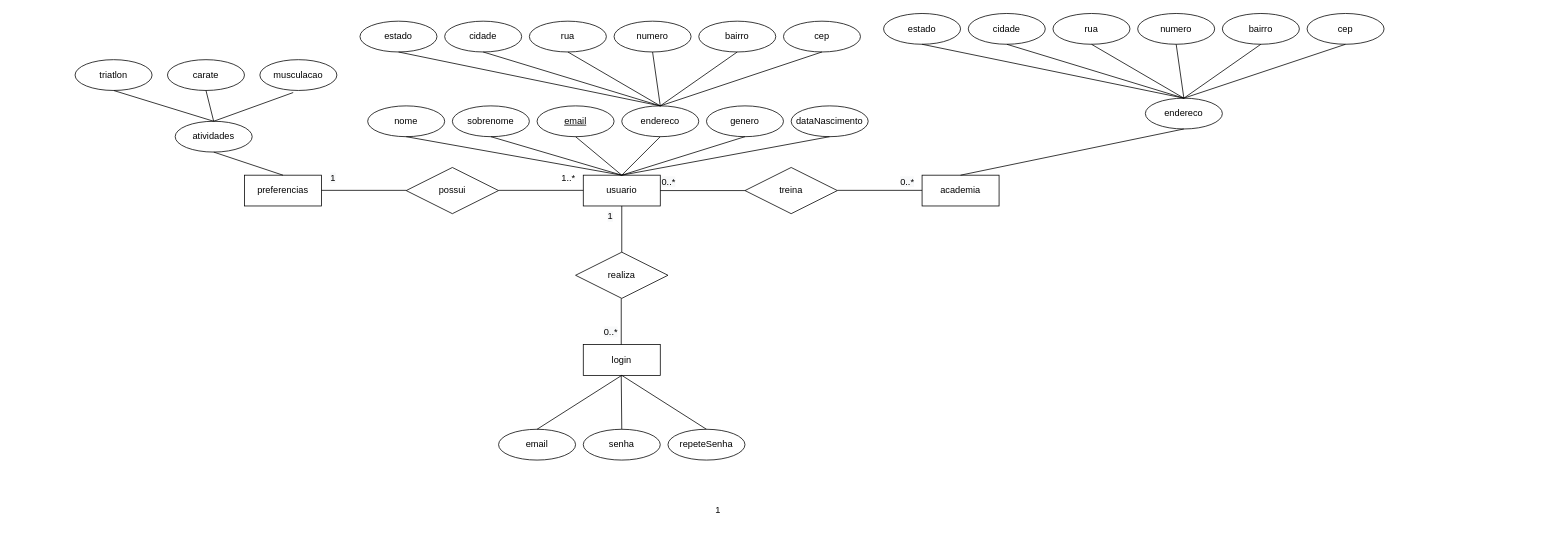
This is src/Diagrama_de_Entidade_Relacionamento.drawio from ICEI-PUC-Minas-PMV-ADS/pmv-ads-2022-2-e2-proj-int-t4-pmv-ads-2022-2-e2-proj-int-t4-academia, a draw.io file, before an edit. Source tidied: cells renumbered, new cells numbered last; positions are measured from the earlier drawing's top-left corner, leaving out a move shared by most shapes. Both pictures are drawn from the tidied source at 77%, with x=0, y=0 at pixel (75, 13).
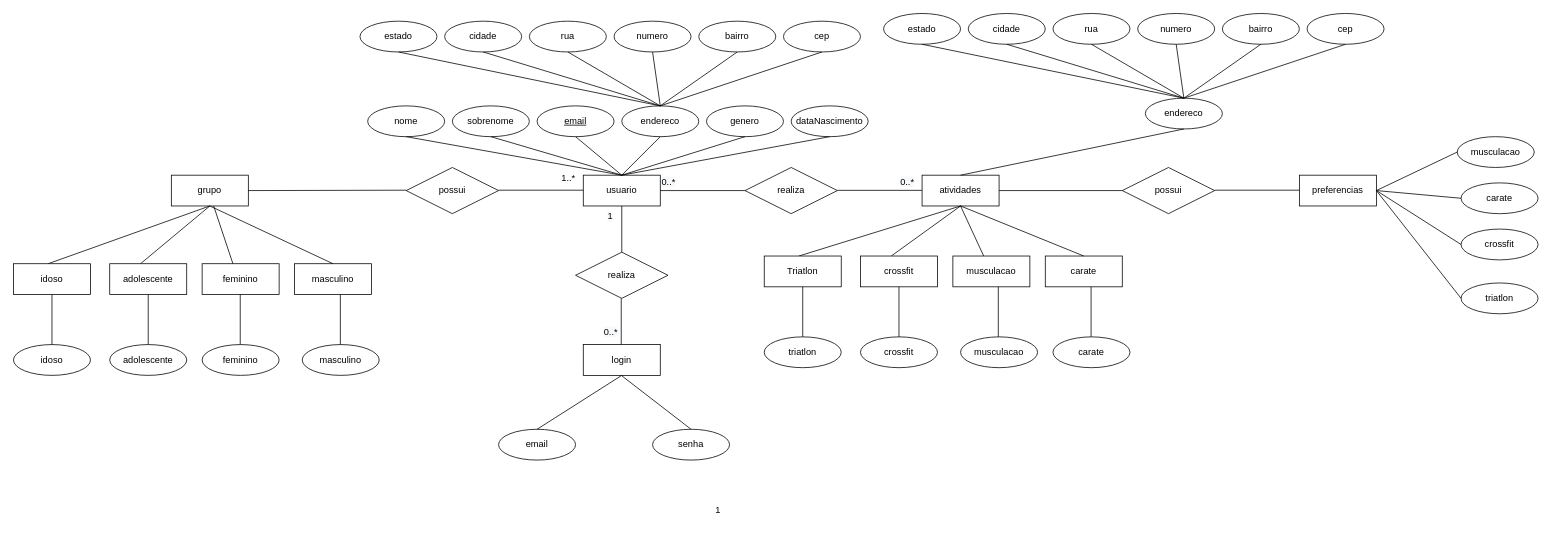
After the change.

The edit, as a diff of the source:
```diff
@@
-    <mxCell id="8" value="academia" style="whiteSpace=wrap;html=1;align=center;" parent="1" vertex="1">
+    <mxCell id="8" value="atividades" style="whiteSpace=wrap;html=1;align=center;" parent="1" vertex="1">
       <mxGeometry x="1100" y="210" width="100" height="40" as="geometry" />
     </mxCell>
@@
-    <mxCell id="29" value="treina" style="shape=rhombus;perimeter=rhombusPerimeter;whiteSpace=wrap;html=1;align=center;" parent="1" vertex="1">
+    <mxCell id="29" value="realiza" style="shape=rhombus;perimeter=rhombusPerimeter;whiteSpace=wrap;html=1;align=center;" parent="1" vertex="1">
       <mxGeometry x="870" y="200" width="120" height="60" as="geometry" />
     </mxCell>
@@
     <mxCell id="49" value="possui" style="shape=rhombus;perimeter=rhombusPerimeter;whiteSpace=wrap;html=1;align=center;" parent="1" vertex="1">
-      <mxGeometry x="430" y="200" width="120" height="60" as="geometry" />
+      <mxGeometry x="1360" y="200" width="120" height="60" as="geometry" />
     </mxCell>
-    <mxCell id="50" style="endArrow=none;html=1;rounded=0;exitX=1;exitY=0.5;exitDx=0;exitDy=0;entryX=0;entryY=0.5;entryDx=0;entryDy=0;" parent="1" edge="1">
-      <mxGeometry relative="1" as="geometry">
-        <mxPoint x="550" y="229.7" as="sourcePoint" />
-        <mxPoint x="660" y="229.7" as="targetPoint" />
-      </mxGeometry>
-    </mxCell>
     <mxCell id="51" value="preferencias" style="whiteSpace=wrap;html=1;align=center;" parent="1" vertex="1">
-      <mxGeometry x="220" y="210" width="100" height="40" as="geometry" />
+      <mxGeometry x="1590" y="210" width="100" height="40" as="geometry" />
     </mxCell>
     <mxCell id="52" style="endArrow=none;html=1;rounded=0;exitX=1;exitY=0.5;exitDx=0;exitDy=0;entryX=0;entryY=0.5;entryDx=0;entryDy=0;" parent="1" edge="1">
       <mxGeometry relative="1" as="geometry">
-        <mxPoint x="320" y="229.7" as="sourcePoint" />
-        <mxPoint x="430" y="229.7" as="targetPoint" />
+        <mxPoint x="1480" y="229.5" as="sourcePoint" />
+        <mxPoint x="1590" y="229.5" as="targetPoint" />
       </mxGeometry>
     </mxCell>
-    <mxCell id="53" value="musculacao" style="ellipse;whiteSpace=wrap;html=1;align=center;" parent="1" vertex="1">
-      <mxGeometry x="240" y="60" width="100" height="40" as="geometry" />
-    </mxCell>
-    <mxCell id="54" value="carate" style="ellipse;whiteSpace=wrap;html=1;align=center;" parent="1" vertex="1">
-      <mxGeometry x="120" y="60" width="100" height="40" as="geometry" />
-    </mxCell>
@@
-    <mxCell id="56" value="&lt;span style=&quot;color: rgb(0, 0, 0); font-family: Helvetica; font-size: 12px; font-style: normal; font-variant-ligatures: normal; font-variant-caps: normal; font-weight: 400; letter-spacing: normal; orphans: 2; text-align: left; text-indent: 0px; text-transform: none; widows: 2; word-spacing: 0px; -webkit-text-stroke-width: 0px; background-color: rgb(248, 249, 250); text-decoration-thickness: initial; text-decoration-style: initial; text-decoration-color: initial; float: none; display: inline !important;&quot;&gt;1&lt;/span&gt;" style="text;whiteSpace=wrap;html=1;" parent="1" vertex="1">
-      <mxGeometry x="330" y="200" width="40" height="40" as="geometry" />
-    </mxCell>
@@
-    <mxCell id="58" value="atividades" style="ellipse;whiteSpace=wrap;html=1;align=center;" parent="1" vertex="1">
-      <mxGeometry x="130" y="140" width="100" height="40" as="geometry" />
-    </mxCell>
-    <mxCell id="59" value="triatlon" style="ellipse;whiteSpace=wrap;html=1;align=center;" parent="1" vertex="1">
-      <mxGeometry y="60" width="100" height="40" as="geometry" />
-    </mxCell>
-    <mxCell id="60" style="endArrow=none;html=1;rounded=0;entryX=0.5;entryY=1;entryDx=0;entryDy=0;exitX=0.5;exitY=0;exitDx=0;exitDy=0;" parent="1" edge="1" source="51" target="58">
-      <mxGeometry relative="1" as="geometry" />
-    </mxCell>
-    <mxCell id="61" style="endArrow=none;html=1;rounded=0;entryX=0.433;entryY=1.067;entryDx=0;entryDy=0;entryPerimeter=0;exitX=0.5;exitY=0;exitDx=0;exitDy=0;" parent="1" edge="1" source="58" target="53">
-      <mxGeometry relative="1" as="geometry" />
+    <mxCell id="61" style="endArrow=none;html=1;rounded=0;exitX=0.5;exitY=0;exitDx=0;exitDy=0;" parent="1" edge="1">
+      <mxGeometry relative="1" as="geometry">
+        <mxPoint x="1180" y="315" as="sourcePoint" />
+        <mxPoint x="1150" y="250" as="targetPoint" />
+      </mxGeometry>
     </mxCell>
-    <mxCell id="62" style="endArrow=none;html=1;rounded=0;entryX=0.5;entryY=1;entryDx=0;entryDy=0;" parent="1" edge="1" target="54">
+    <mxCell id="62" style="endArrow=none;html=1;rounded=0;entryX=0.5;entryY=1;entryDx=0;entryDy=0;exitX=0.5;exitY=0;exitDx=0;exitDy=0;" parent="1" edge="1" target="8">
       <mxGeometry relative="1" as="geometry">
-        <mxPoint x="180" y="140" as="sourcePoint" />
+        <mxPoint x="1060" y="315" as="sourcePoint" />
       </mxGeometry>
     </mxCell>
-    <mxCell id="63" style="endArrow=none;html=1;rounded=0;entryX=0.5;entryY=1;entryDx=0;entryDy=0;" parent="1" edge="1" target="59">
+    <mxCell id="63" style="endArrow=none;html=1;rounded=0;entryX=0.5;entryY=0;entryDx=0;entryDy=0;exitX=0.5;exitY=1;exitDx=0;exitDy=0;" parent="1" edge="1" source="8">
       <mxGeometry relative="1" as="geometry">
-        <mxPoint x="180" y="140" as="sourcePoint" />
+        <mxPoint x="940" y="315" as="targetPoint" />
       </mxGeometry>
     </mxCell>
@@
-    <mxCell id="65" value="repeteSenha" style="ellipse;whiteSpace=wrap;html=1;align=center;" parent="1" vertex="1">
-      <mxGeometry x="770" y="540" width="100" height="40" as="geometry" />
-    </mxCell>
     <mxCell id="66" value="senha" style="ellipse;whiteSpace=wrap;html=1;align=center;" parent="1" vertex="1">
-      <mxGeometry x="660" y="540" width="100" height="40" as="geometry" />
+      <mxGeometry x="750" y="540" width="100" height="40" as="geometry" />
     </mxCell>
@@
-    <mxCell id="68" style="endArrow=none;html=1;rounded=0;exitX=0.5;exitY=0;exitDx=0;exitDy=0;" parent="1" edge="1" source="65">
-      <mxGeometry relative="1" as="geometry">
-        <mxPoint x="710" y="470" as="targetPoint" />
-      </mxGeometry>
-    </mxCell>
@@
+    <mxCell id="74" style="endArrow=none;html=1;rounded=0;exitX=1;exitY=0.5;exitDx=0;exitDy=0;entryX=0;entryY=0.5;entryDx=0;entryDy=0;" parent="1" edge="1" source="8" target="49">
+      <mxGeometry relative="1" as="geometry" />
+    </mxCell>
+    <mxCell id="75" value="Triatlon" style="whiteSpace=wrap;html=1;align=center;" parent="1" vertex="1">
+      <mxGeometry x="895" y="315" width="100" height="40" as="geometry" />
+    </mxCell>
+    <mxCell id="76" value="crossfit" style="whiteSpace=wrap;html=1;align=center;" parent="1" vertex="1">
+      <mxGeometry x="1020" y="315" width="100" height="40" as="geometry" />
+    </mxCell>
+    <mxCell id="77" value="musculacao" style="whiteSpace=wrap;html=1;align=center;" parent="1" vertex="1">
+      <mxGeometry x="1140" y="315" width="100" height="40" as="geometry" />
+    </mxCell>
+    <mxCell id="78" value="triatlon" style="ellipse;whiteSpace=wrap;html=1;align=center;" parent="1" vertex="1">
+      <mxGeometry x="895" y="420" width="100" height="40" as="geometry" />
+    </mxCell>
+    <mxCell id="79" value="crossfit" style="ellipse;whiteSpace=wrap;html=1;align=center;" parent="1" vertex="1">
+      <mxGeometry x="1020" y="420" width="100" height="40" as="geometry" />
+    </mxCell>
+    <mxCell id="80" value="musculacao" style="ellipse;whiteSpace=wrap;html=1;align=center;" parent="1" vertex="1">
+      <mxGeometry x="1150" y="420" width="100" height="40" as="geometry" />
+    </mxCell>
+    <mxCell id="81" style="endArrow=none;html=1;rounded=0;entryX=0.5;entryY=0;entryDx=0;entryDy=0;exitX=0.5;exitY=1;exitDx=0;exitDy=0;" parent="1" edge="1" source="75" target="78">
+      <mxGeometry relative="1" as="geometry" />
+    </mxCell>
+    <mxCell id="82" value="carate" style="whiteSpace=wrap;html=1;align=center;" parent="1" vertex="1">
+      <mxGeometry x="1260" y="315" width="100" height="40" as="geometry" />
+    </mxCell>
+    <mxCell id="83" style="endArrow=none;html=1;rounded=0;exitX=0.5;exitY=0;exitDx=0;exitDy=0;entryX=0.5;entryY=1;entryDx=0;entryDy=0;" parent="1" edge="1" source="82" target="8">
+      <mxGeometry relative="1" as="geometry" />
+    </mxCell>
+    <mxCell id="84" value="carate" style="ellipse;whiteSpace=wrap;html=1;align=center;" parent="1" vertex="1">
+      <mxGeometry x="1270" y="420" width="100" height="40" as="geometry" />
+    </mxCell>
+    <mxCell id="85" style="endArrow=none;html=1;rounded=0;entryX=0.5;entryY=0;entryDx=0;entryDy=0;exitX=0.5;exitY=1;exitDx=0;exitDy=0;" parent="1" edge="1">
+      <mxGeometry relative="1" as="geometry">
+        <mxPoint x="1070" y="355" as="sourcePoint" />
+        <mxPoint x="1070" y="420" as="targetPoint" />
+      </mxGeometry>
+    </mxCell>
+    <mxCell id="86" style="endArrow=none;html=1;rounded=0;entryX=0.5;entryY=0;entryDx=0;entryDy=0;exitX=0.5;exitY=1;exitDx=0;exitDy=0;" parent="1" edge="1">
+      <mxGeometry relative="1" as="geometry">
+        <mxPoint x="1199" y="355" as="sourcePoint" />
+        <mxPoint x="1199" y="420" as="targetPoint" />
+      </mxGeometry>
+    </mxCell>
+    <mxCell id="87" style="endArrow=none;html=1;rounded=0;entryX=0.5;entryY=0;entryDx=0;entryDy=0;exitX=0.5;exitY=1;exitDx=0;exitDy=0;" parent="1" edge="1">
+      <mxGeometry relative="1" as="geometry">
+        <mxPoint x="1319.5" y="355" as="sourcePoint" />
+        <mxPoint x="1319.5" y="420" as="targetPoint" />
+      </mxGeometry>
+    </mxCell>
+    <mxCell id="88" value="possui" style="shape=rhombus;perimeter=rhombusPerimeter;whiteSpace=wrap;html=1;align=center;" parent="1" vertex="1">
+      <mxGeometry x="430" y="200" width="120" height="60" as="geometry" />
+    </mxCell>
+    <mxCell id="89" style="endArrow=none;html=1;rounded=0;exitX=1;exitY=0.5;exitDx=0;exitDy=0;entryX=0;entryY=0.5;entryDx=0;entryDy=0;" parent="1" edge="1">
+      <mxGeometry relative="1" as="geometry">
+        <mxPoint x="550" y="229.5" as="sourcePoint" />
+        <mxPoint x="660" y="229.5" as="targetPoint" />
+      </mxGeometry>
+    </mxCell>
+    <mxCell id="90" value="grupo" style="whiteSpace=wrap;html=1;align=center;" parent="1" vertex="1">
+      <mxGeometry x="125" y="210" width="100" height="40" as="geometry" />
+    </mxCell>
+    <mxCell id="91" style="endArrow=none;html=1;rounded=0;exitX=0.5;exitY=0;exitDx=0;exitDy=0;" parent="1" edge="1">
+      <mxGeometry relative="1" as="geometry">
+        <mxPoint x="205" y="325" as="sourcePoint" />
+        <mxPoint x="180" y="250" as="targetPoint" />
+      </mxGeometry>
+    </mxCell>
+    <mxCell id="92" style="endArrow=none;html=1;rounded=0;entryX=0.5;entryY=1;entryDx=0;entryDy=0;exitX=0.5;exitY=0;exitDx=0;exitDy=0;" parent="1" edge="1" target="90">
+      <mxGeometry relative="1" as="geometry">
+        <mxPoint x="85" y="325" as="sourcePoint" />
+      </mxGeometry>
+    </mxCell>
+    <mxCell id="93" style="endArrow=none;html=1;rounded=0;entryX=0.5;entryY=0;entryDx=0;entryDy=0;exitX=0.5;exitY=1;exitDx=0;exitDy=0;" parent="1" edge="1" source="90">
+      <mxGeometry relative="1" as="geometry">
+        <mxPoint x="-35" y="325" as="targetPoint" />
+      </mxGeometry>
+    </mxCell>
+    <mxCell id="94" value="idoso" style="whiteSpace=wrap;html=1;align=center;" parent="1" vertex="1">
+      <mxGeometry x="-80" y="325" width="100" height="40" as="geometry" />
+    </mxCell>
+    <mxCell id="95" value="adolescente" style="whiteSpace=wrap;html=1;align=center;" parent="1" vertex="1">
+      <mxGeometry x="45" y="325" width="100" height="40" as="geometry" />
+    </mxCell>
+    <mxCell id="96" value="feminino" style="whiteSpace=wrap;html=1;align=center;" parent="1" vertex="1">
+      <mxGeometry x="165" y="325" width="100" height="40" as="geometry" />
+    </mxCell>
+    <mxCell id="97" value="idoso" style="ellipse;whiteSpace=wrap;html=1;align=center;" parent="1" vertex="1">
+      <mxGeometry x="-80" y="430" width="100" height="40" as="geometry" />
+    </mxCell>
+    <mxCell id="98" value="adolescente" style="ellipse;whiteSpace=wrap;html=1;align=center;" parent="1" vertex="1">
+      <mxGeometry x="45" y="430" width="100" height="40" as="geometry" />
+    </mxCell>
+    <mxCell id="99" value="feminino" style="ellipse;whiteSpace=wrap;html=1;align=center;" parent="1" vertex="1">
+      <mxGeometry x="165" y="430" width="100" height="40" as="geometry" />
+    </mxCell>
+    <mxCell id="100" style="endArrow=none;html=1;rounded=0;entryX=0.5;entryY=0;entryDx=0;entryDy=0;exitX=0.5;exitY=1;exitDx=0;exitDy=0;" parent="1" edge="1" source="94" target="97">
+      <mxGeometry relative="1" as="geometry" />
+    </mxCell>
+    <mxCell id="101" value="masculino" style="whiteSpace=wrap;html=1;align=center;" parent="1" vertex="1">
+      <mxGeometry x="285" y="325" width="100" height="40" as="geometry" />
+    </mxCell>
+    <mxCell id="102" style="endArrow=none;html=1;rounded=0;exitX=0.5;exitY=0;exitDx=0;exitDy=0;entryX=0.5;entryY=1;entryDx=0;entryDy=0;" parent="1" edge="1" source="101" target="90">
+      <mxGeometry relative="1" as="geometry" />
+    </mxCell>
+    <mxCell id="103" value="masculino" style="ellipse;whiteSpace=wrap;html=1;align=center;" parent="1" vertex="1">
+      <mxGeometry x="295" y="430" width="100" height="40" as="geometry" />
+    </mxCell>
+    <mxCell id="104" style="endArrow=none;html=1;rounded=0;entryX=0.5;entryY=0;entryDx=0;entryDy=0;exitX=0.5;exitY=1;exitDx=0;exitDy=0;" parent="1" edge="1">
+      <mxGeometry relative="1" as="geometry">
+        <mxPoint x="95" y="365" as="sourcePoint" />
+        <mxPoint x="95" y="430" as="targetPoint" />
+      </mxGeometry>
+    </mxCell>
+    <mxCell id="105" style="endArrow=none;html=1;rounded=0;entryX=0.5;entryY=0;entryDx=0;entryDy=0;exitX=0.5;exitY=1;exitDx=0;exitDy=0;" parent="1" edge="1">
+      <mxGeometry relative="1" as="geometry">
+        <mxPoint x="214.5" y="365" as="sourcePoint" />
+        <mxPoint x="214.5" y="430" as="targetPoint" />
+      </mxGeometry>
+    </mxCell>
+    <mxCell id="106" style="endArrow=none;html=1;rounded=0;entryX=0.5;entryY=0;entryDx=0;entryDy=0;exitX=0.5;exitY=1;exitDx=0;exitDy=0;" parent="1" edge="1">
+      <mxGeometry relative="1" as="geometry">
+        <mxPoint x="344.5" y="365" as="sourcePoint" />
+        <mxPoint x="344.5" y="430" as="targetPoint" />
+      </mxGeometry>
+    </mxCell>
+    <mxCell id="107" style="endArrow=none;html=1;rounded=0;exitX=1;exitY=0.5;exitDx=0;exitDy=0;entryX=0;entryY=0.5;entryDx=0;entryDy=0;" parent="1" edge="1" source="90">
+      <mxGeometry relative="1" as="geometry">
+        <mxPoint x="430" y="229.5" as="targetPoint" />
+      </mxGeometry>
+    </mxCell>
+    <mxCell id="108" value="musculacao" style="ellipse;whiteSpace=wrap;html=1;align=center;" parent="1" vertex="1">
+      <mxGeometry x="1795" y="160" width="100" height="40" as="geometry" />
+    </mxCell>
+    <mxCell id="109" value="carate" style="ellipse;whiteSpace=wrap;html=1;align=center;" parent="1" vertex="1">
+      <mxGeometry x="1800" y="220" width="100" height="40" as="geometry" />
+    </mxCell>
+    <mxCell id="110" value="crossfit" style="ellipse;whiteSpace=wrap;html=1;align=center;" parent="1" vertex="1">
+      <mxGeometry x="1800" y="280" width="100" height="40" as="geometry" />
+    </mxCell>
+    <mxCell id="111" value="triatlon" style="ellipse;whiteSpace=wrap;html=1;align=center;" parent="1" vertex="1">
+      <mxGeometry x="1800" y="350" width="100" height="40" as="geometry" />
+    </mxCell>
+    <mxCell id="112" style="endArrow=none;html=1;rounded=0;entryX=0;entryY=0.5;entryDx=0;entryDy=0;exitX=1;exitY=0.5;exitDx=0;exitDy=0;" parent="1" edge="1" source="51" target="108">
+      <mxGeometry relative="1" as="geometry" />
+    </mxCell>
+    <mxCell id="113" style="endArrow=none;html=1;rounded=0;entryX=0;entryY=0.5;entryDx=0;entryDy=0;exitX=1;exitY=0.5;exitDx=0;exitDy=0;" parent="1" edge="1" source="51" target="109">
+      <mxGeometry relative="1" as="geometry" />
+    </mxCell>
+    <mxCell id="114" style="endArrow=none;html=1;rounded=0;entryX=0;entryY=0.5;entryDx=0;entryDy=0;" parent="1" edge="1" target="110">
+      <mxGeometry relative="1" as="geometry">
+        <mxPoint x="1690" y="230" as="sourcePoint" />
+      </mxGeometry>
+    </mxCell>
+    <mxCell id="115" style="endArrow=none;html=1;rounded=0;exitX=1;exitY=0.5;exitDx=0;exitDy=0;entryX=0;entryY=0.5;entryDx=0;entryDy=0;" parent="1" edge="1" source="51" target="111">
+      <mxGeometry relative="1" as="geometry" />
+    </mxCell>
```
